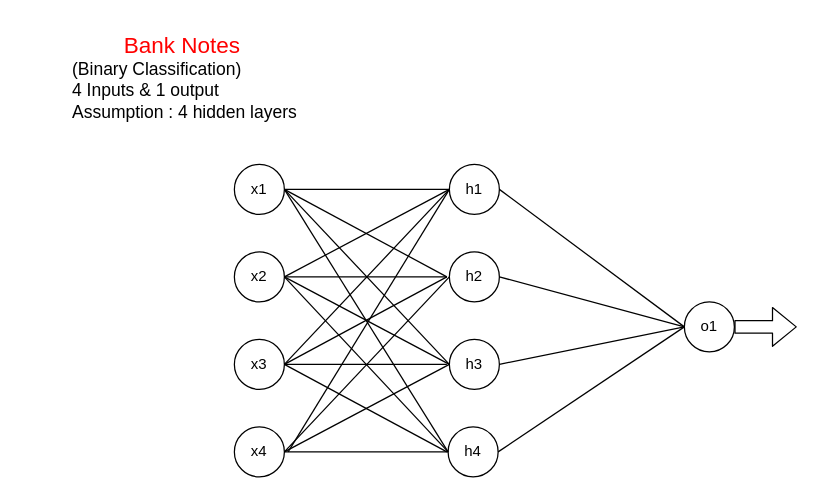
Earlier version of the draw.io diagram Diagram.drawio (cce-iisc-ml-2020/ann). Source tidied: cells renumbered, new cells numbered last; positions are measured from the earlier drawing's top-left corner, leaving out a move shared by most shapes. Both pictures are drawn from the tidied source at 125%, with x=0, y=0 at pixel (59, 39).
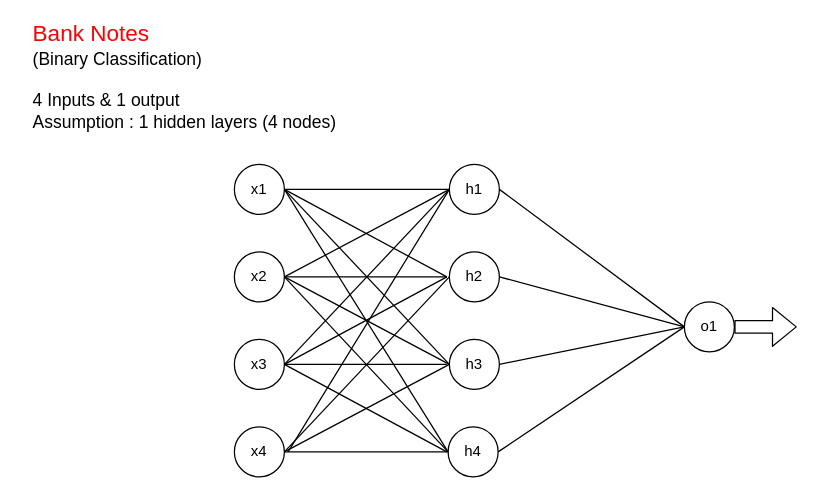
The same page after the edit.

Change to the diagram source:
```diff
@@
-    <mxCell id="15" value="&lt;div&gt;&lt;font color=&quot;#ff0000&quot;&gt;&lt;font style=&quot;font-size: 18px&quot;&gt;Bank Notes&lt;/font&gt;&lt;span style=&quot;font-size: 14px&quot;&gt;&amp;nbsp;&lt;/span&gt;&lt;/font&gt;&lt;/div&gt;&lt;font&gt;&lt;div style=&quot;font-size: 14px ; text-align: left&quot;&gt;&lt;span&gt;(Binary Classification)&lt;/span&gt;&lt;/div&gt;&lt;div style=&quot;font-size: 14px ; text-align: left&quot;&gt;&lt;span&gt;4 Inputs &amp;amp; 1 output&lt;/span&gt;&lt;/div&gt;&lt;div style=&quot;text-align: left&quot;&gt;&lt;span style=&quot;font-size: 14px&quot;&gt;Assumption&amp;nbsp;&lt;/span&gt;&lt;span style=&quot;font-size: 14px&quot;&gt;: 4 hidden layers&lt;/span&gt;&lt;/div&gt;&lt;/font&gt;" style="text;html=1;align=center;verticalAlign=middle;" parent="1" vertex="1">
-      <mxGeometry width="200" height="60" as="geometry" />
+    <mxCell id="15" value="&lt;div style=&quot;text-align: left&quot;&gt;&lt;font color=&quot;#ff0000&quot;&gt;&lt;font style=&quot;font-size: 18px&quot;&gt;Bank Notes&lt;/font&gt;&lt;span style=&quot;font-size: 14px&quot;&gt;&amp;nbsp;&lt;/span&gt;&lt;/font&gt;&lt;/div&gt;&lt;font&gt;&lt;div style=&quot;font-size: 14px ; text-align: left&quot;&gt;&lt;span&gt;(Binary Classification)&lt;/span&gt;&lt;/div&gt;&lt;div style=&quot;font-size: 14px ; text-align: left&quot;&gt;&lt;span&gt;&lt;br&gt;&lt;/span&gt;&lt;/div&gt;&lt;div style=&quot;font-size: 14px ; text-align: left&quot;&gt;&lt;span&gt;4 Inputs &amp;amp; 1 output&lt;/span&gt;&lt;/div&gt;&lt;div style=&quot;text-align: left&quot;&gt;&lt;span style=&quot;font-size: 14px&quot;&gt;Assumption&amp;nbsp;&lt;/span&gt;&lt;span style=&quot;font-size: 14px&quot;&gt;: 1 hidden layers (4 nodes)&lt;/span&gt;&lt;/div&gt;&lt;/font&gt;" style="text;html=1;align=center;verticalAlign=middle;" parent="1" vertex="1">
+      <mxGeometry x="-30" y="-10" width="260" height="80" as="geometry" />
     </mxCell>
```
